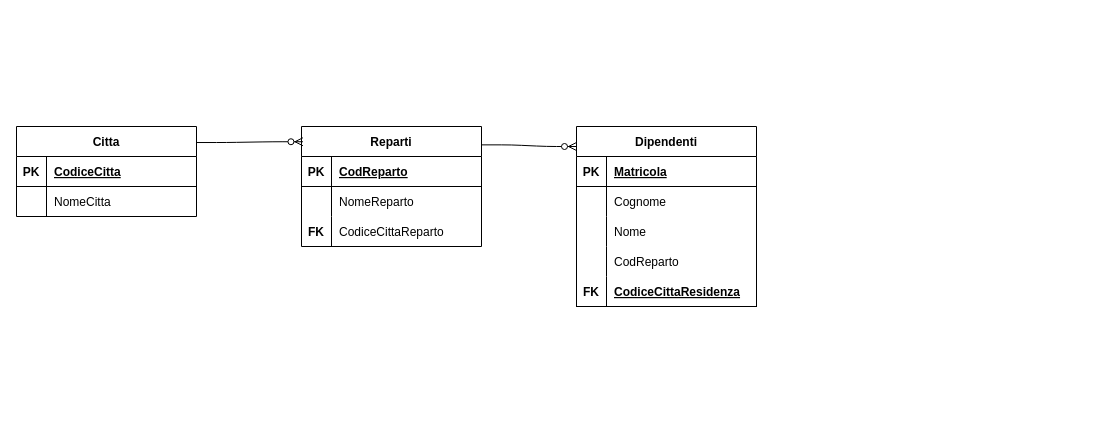
Earlier version of the draw.io diagram CS1_7pag123/1.0/docs/1_er.drawio (bar0x/SQL). Source tidied: cells renumbered, new cells numbered last; positions are measured from the earlier drawing's top-left corner, leaving out a move shared by most shapes. Both pictures are drawn from the tidied source at 100%, with x=0, y=0 at pixel (16, 126).
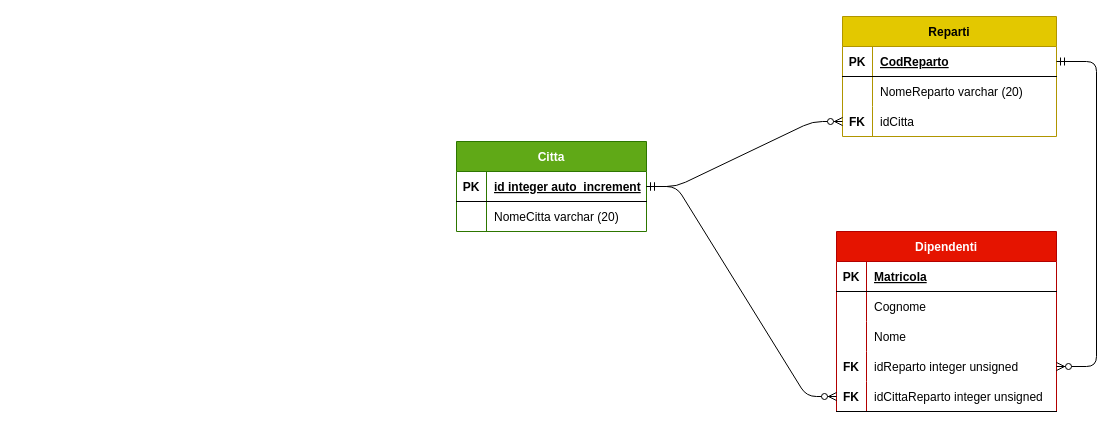
The same page after the edit.

Commit message (it also covers changes not shown here):
tipo 4o commit del giorno

Diff of the diagram source:
```diff
@@
-    <mxCell id="2" value="Reparti" style="shape=table;startSize=30;childLayout=tableLayout;rowLines=0;fontStyle=1;align=center;" parent="1" vertex="1">
-      <mxGeometry x="285" width="180" height="120" as="geometry" />
+    <mxCell id="2" value="Reparti" style="shape=table;startSize=30;childLayout=tableLayout;rowLines=0;fontStyle=1;align=center;fillColor=#e3c800;fontColor=#000000;strokeColor=#B09500;" parent="1" vertex="1">
+      <mxGeometry x="826" y="-110" width="214" height="120" as="geometry" />
     </mxCell>
     <mxCell id="3" style="shape=tableRow;horizontal=0;startSize=0;swimlaneHead=0;swimlaneBody=0;fillColor=none;points=[[0,0.5],[1,0.5]];portConstraint=eastwest;top=0;left=0;right=0;bottom=1;" parent="2" vertex="1">
-      <mxGeometry y="30" width="180" height="30" as="geometry" />
+      <mxGeometry y="30" width="214" height="30" as="geometry" />
     </mxCell>
@@
     <mxCell id="5" value="CodReparto" style="shape=partialRectangle;fillColor=none;top=0;left=0;bottom=0;right=0;align=left;spacingLeft=6;fontStyle=5;overflow=hidden;" parent="3" vertex="1">
-      <mxGeometry x="30" width="150" height="30" as="geometry" />
+      <mxGeometry x="30" width="184" height="30" as="geometry" />
     </mxCell>
     <mxCell id="6" style="shape=tableRow;horizontal=0;startSize=0;swimlaneHead=0;swimlaneBody=0;fillColor=none;top=0;left=0;right=0;bottom=0;" parent="2" vertex="1">
-      <mxGeometry y="60" width="180" height="30" as="geometry" />
+      <mxGeometry y="60" width="214" height="30" as="geometry" />
     </mxCell>
@@
-    <mxCell id="8" value="NomeReparto" style="shape=partialRectangle;fillColor=none;top=0;left=0;bottom=0;right=0;align=left;spacingLeft=6;overflow=hidden;" parent="6" vertex="1">
-      <mxGeometry x="30" width="150" height="30" as="geometry" />
+    <mxCell id="8" value="NomeReparto varchar (20)" style="shape=partialRectangle;fillColor=none;top=0;left=0;bottom=0;right=0;align=left;spacingLeft=6;overflow=hidden;" parent="6" vertex="1">
+      <mxGeometry x="30" width="184" height="30" as="geometry" />
     </mxCell>
     <mxCell id="9" style="shape=tableRow;horizontal=0;startSize=0;swimlaneHead=0;swimlaneBody=0;fillColor=none;points=[[0,0.5],[1,0.5]];portConstraint=eastwest;top=0;left=0;right=0;bottom=0;" parent="2" vertex="1">
-      <mxGeometry y="90" width="180" height="30" as="geometry" />
+      <mxGeometry y="90" width="214" height="30" as="geometry" />
     </mxCell>
@@
-    <mxCell id="11" value="CodiceCittaReparto" style="shape=partialRectangle;fillColor=none;top=0;left=0;bottom=0;right=0;align=left;spacingLeft=6;overflow=hidden;" parent="9" vertex="1">
-      <mxGeometry x="30" width="150" height="30" as="geometry" />
+    <mxCell id="11" value="idCitta" style="shape=partialRectangle;fillColor=none;top=0;left=0;bottom=0;right=0;align=left;spacingLeft=6;overflow=hidden;" parent="9" vertex="1">
+      <mxGeometry x="30" width="184" height="30" as="geometry" />
     </mxCell>
-    <mxCell id="12" value="Citta" style="shape=table;startSize=30;childLayout=tableLayout;rowLines=0;fontStyle=1;align=center;" parent="1" vertex="1">
-      <mxGeometry width="180" height="90" as="geometry" />
+    <mxCell id="12" value="Citta" style="shape=table;startSize=30;childLayout=tableLayout;rowLines=0;fontStyle=1;align=center;fillColor=#60a917;fontColor=#ffffff;strokeColor=#2D7600;" parent="1" vertex="1">
+      <mxGeometry x="440" y="15" width="190" height="90" as="geometry" />
     </mxCell>
     <mxCell id="13" style="shape=tableRow;horizontal=0;startSize=0;swimlaneHead=0;swimlaneBody=0;fillColor=none;points=[[0,0.5],[1,0.5]];portConstraint=eastwest;top=0;left=0;right=0;bottom=1;" parent="12" vertex="1">
-      <mxGeometry y="30" width="180" height="30" as="geometry" />
+      <mxGeometry y="30" width="190" height="30" as="geometry" />
     </mxCell>
@@
-    <mxCell id="15" value="CodiceCitta" style="shape=partialRectangle;fillColor=none;top=0;left=0;bottom=0;right=0;align=left;spacingLeft=6;fontStyle=5;overflow=hidden;" parent="13" vertex="1">
-      <mxGeometry x="30" width="150" height="30" as="geometry" />
+    <mxCell id="15" value="id integer auto_increment" style="shape=partialRectangle;fillColor=none;top=0;left=0;bottom=0;right=0;align=left;spacingLeft=6;fontStyle=5;overflow=hidden;" parent="13" vertex="1">
+      <mxGeometry x="30" width="160" height="30" as="geometry" />
     </mxCell>
     <mxCell id="16" style="shape=tableRow;horizontal=0;startSize=0;swimlaneHead=0;swimlaneBody=0;fillColor=none;top=0;left=0;right=0;bottom=0;" parent="12" vertex="1">
-      <mxGeometry y="60" width="180" height="30" as="geometry" />
+      <mxGeometry y="60" width="190" height="30" as="geometry" />
     </mxCell>
@@
-    <mxCell id="18" value="NomeCitta" style="shape=partialRectangle;fillColor=none;top=0;left=0;bottom=0;right=0;align=left;spacingLeft=6;overflow=hidden;" parent="16" vertex="1">
-      <mxGeometry x="30" width="150" height="30" as="geometry" />
+    <mxCell id="18" value="NomeCitta varchar (20)" style="shape=partialRectangle;fillColor=none;top=0;left=0;bottom=0;right=0;align=left;spacingLeft=6;overflow=hidden;" parent="16" vertex="1">
+      <mxGeometry x="30" width="160" height="30" as="geometry" />
     </mxCell>
-    <mxCell id="19" value="Dipendenti" style="shape=table;startSize=30;childLayout=tableLayout;rowLines=0;fontStyle=1;align=center;" parent="1" vertex="1">
-      <mxGeometry x="560" width="180" height="180" as="geometry" />
+    <mxCell id="19" value="Dipendenti" style="shape=table;startSize=30;childLayout=tableLayout;rowLines=0;fontStyle=1;align=center;fillColor=#e51400;fontColor=#ffffff;strokeColor=#B20000;" parent="1" vertex="1">
+      <mxGeometry x="820" y="105" width="220" height="180" as="geometry" />
     </mxCell>
     <mxCell id="20" style="shape=tableRow;horizontal=0;startSize=0;swimlaneHead=0;swimlaneBody=0;fillColor=none;top=0;left=0;right=0;bottom=1;" parent="19" vertex="1">
-      <mxGeometry y="30" width="180" height="30" as="geometry" />
+      <mxGeometry y="30" width="220" height="30" as="geometry" />
     </mxCell>
@@
     <mxCell id="22" value="Matricola" style="shape=partialRectangle;fillColor=none;top=0;left=0;bottom=0;right=0;align=left;spacingLeft=6;fontStyle=5;overflow=hidden;" parent="20" vertex="1">
-      <mxGeometry x="30" width="150" height="30" as="geometry" />
+      <mxGeometry x="30" width="190" height="30" as="geometry" />
     </mxCell>
     <mxCell id="23" style="shape=tableRow;horizontal=0;startSize=0;swimlaneHead=0;swimlaneBody=0;fillColor=none;top=0;left=0;right=0;bottom=0;" parent="19" vertex="1">
-      <mxGeometry y="60" width="180" height="30" as="geometry" />
+      <mxGeometry y="60" width="220" height="30" as="geometry" />
     </mxCell>
@@
     <mxCell id="25" value="Cognome" style="shape=partialRectangle;fillColor=none;top=0;left=0;bottom=0;right=0;align=left;spacingLeft=6;overflow=hidden;" parent="23" vertex="1">
-      <mxGeometry x="30" width="150" height="30" as="geometry" />
+      <mxGeometry x="30" width="190" height="30" as="geometry" />
     </mxCell>
     <mxCell id="26" style="shape=tableRow;horizontal=0;startSize=0;swimlaneHead=0;swimlaneBody=0;fillColor=none;top=0;left=0;right=0;bottom=0;" parent="19" vertex="1">
-      <mxGeometry y="90" width="180" height="30" as="geometry" />
+      <mxGeometry y="90" width="220" height="30" as="geometry" />
     </mxCell>
@@
     <mxCell id="28" value="Nome" style="shape=partialRectangle;fillColor=none;top=0;left=0;bottom=0;right=0;align=left;spacingLeft=6;overflow=hidden;" parent="26" vertex="1">
-      <mxGeometry x="30" width="150" height="30" as="geometry" />
+      <mxGeometry x="30" width="190" height="30" as="geometry" />
     </mxCell>
     <mxCell id="29" style="shape=tableRow;horizontal=0;startSize=0;swimlaneHead=0;swimlaneBody=0;fillColor=none;points=[[0,0.5],[1,0.5]];portConstraint=eastwest;top=0;left=0;right=0;bottom=0;" parent="19" vertex="1">
-      <mxGeometry y="120" width="180" height="30" as="geometry" />
+      <mxGeometry y="120" width="220" height="30" as="geometry" />
     </mxCell>
-    <mxCell id="30" style="shape=partialRectangle;fillColor=none;top=0;left=0;bottom=0;right=0;overflow=hidden;" parent="29" vertex="1">
+    <mxCell id="30" value="FK" style="shape=partialRectangle;fillColor=none;top=0;left=0;bottom=0;right=0;overflow=hidden;fontStyle=1;" parent="29" vertex="1">
       <mxGeometry width="30" height="30" as="geometry" />
     </mxCell>
-    <mxCell id="31" value="CodReparto" style="shape=partialRectangle;fillColor=none;top=0;left=0;bottom=0;right=0;align=left;spacingLeft=6;overflow=hidden;" parent="29" vertex="1">
-      <mxGeometry x="30" width="150" height="30" as="geometry" />
+    <mxCell id="31" value="idReparto integer unsigned" style="shape=partialRectangle;fillColor=none;top=0;left=0;bottom=0;right=0;align=left;spacingLeft=6;overflow=hidden;" parent="29" vertex="1">
+      <mxGeometry x="30" width="190" height="30" as="geometry" />
     </mxCell>
     <mxCell id="32" style="shape=tableRow;horizontal=0;startSize=0;swimlaneHead=0;swimlaneBody=0;fillColor=none;points=[[0,0.5],[1,0.5]];portConstraint=eastwest;top=0;left=0;right=0;bottom=1;" parent="19" vertex="1">
-      <mxGeometry y="150" width="180" height="30" as="geometry" />
+      <mxGeometry y="150" width="220" height="30" as="geometry" />
     </mxCell>
@@
-    <mxCell id="34" value="CodiceCittaResidenza" style="shape=partialRectangle;fillColor=none;top=0;left=0;bottom=0;right=0;align=left;spacingLeft=6;fontStyle=5;overflow=hidden;" parent="32" vertex="1">
-      <mxGeometry x="30" width="150" height="30" as="geometry" />
+    <mxCell id="34" value="idCittaReparto integer unsigned" style="shape=partialRectangle;fillColor=none;top=0;left=0;bottom=0;right=0;align=left;spacingLeft=6;fontStyle=0;overflow=hidden;" parent="32" vertex="1">
+      <mxGeometry x="30" width="190" height="30" as="geometry" />
     </mxCell>
-    <mxCell id="35" style="edgeStyle=entityRelationEdgeStyle;fontSize=12;html=1;endArrow=ERzeroToMany;endFill=1;exitX=1;exitY=0.178;exitDx=0;exitDy=0;exitPerimeter=0;entryX=0.008;entryY=0.127;entryDx=0;entryDy=0;entryPerimeter=0;" parent="1" edge="1" source="12" target="2">
-      <mxGeometry relative="1" as="geometry" />
-    </mxCell>
-    <mxCell id="36" style="edgeStyle=entityRelationEdgeStyle;fontSize=12;html=1;endArrow=ERzeroToMany;endFill=1;exitX=0.999;exitY=0.153;exitDx=0;exitDy=0;exitPerimeter=0;entryX=0.008;entryY=0.127;entryDx=0;entryDy=0;entryPerimeter=0;" parent="1" edge="1" source="2">
-      <mxGeometry relative="1" as="geometry">
-        <mxPoint x="560" y="20" as="targetPoint" />
-      </mxGeometry>
+    <mxCell id="36" style="edgeStyle=entityRelationEdgeStyle;fontSize=12;html=1;endArrow=ERzeroToMany;startArrow=ERmandOne;entryX=0;entryY=0.5;entryDx=0;entryDy=0;exitX=1;exitY=0.5;exitDx=0;exitDy=0;" parent="1" edge="1" source="13" target="32">
+      <mxGeometry relative="1" as="geometry" />
     </mxCell>
+    <mxCell id="37" style="edgeStyle=entityRelationEdgeStyle;fontSize=12;html=1;endArrow=ERzeroToMany;startArrow=ERmandOne;entryX=0;entryY=0.5;entryDx=0;entryDy=0;exitX=1;exitY=0.5;exitDx=0;exitDy=0;" parent="1" edge="1" source="13" target="9">
+      <mxGeometry relative="1" as="geometry" />
+    </mxCell>
+    <mxCell id="38" style="edgeStyle=orthogonalEdgeStyle;fontSize=12;html=1;endArrow=ERzeroToMany;startArrow=ERmandOne;entryX=1;entryY=0.5;entryDx=0;entryDy=0;exitX=1;exitY=0.5;exitDx=0;exitDy=0;shadow=0;jumpStyle=none;" parent="1" edge="1" source="3" target="29">
+      <mxGeometry relative="1" as="geometry">
+        <Array as="points">
+          <mxPoint x="1080" y="-65" />
+          <mxPoint x="1080" y="240" />
+        </Array>
+      </mxGeometry>
+    </mxCell>
```
